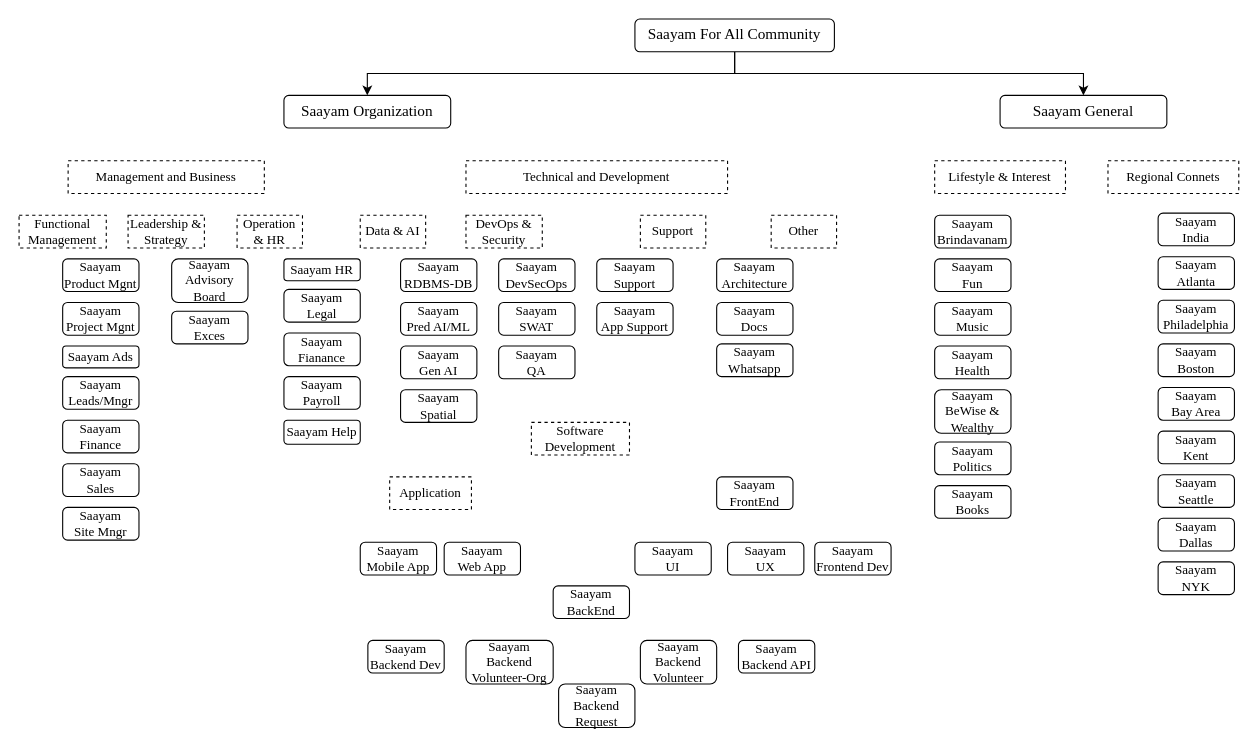
The draw.io diagram Saayam.drawio in PallaviChitrada10/PallaviChitrada, before the edit. Source tidied: cells renumbered, new cells numbered last; positions are measured from the earlier drawing's top-left corner, leaving out a move shared by most shapes. Both pictures are drawn from the tidied source at 109%, with x=0, y=0 at pixel (19, 19).
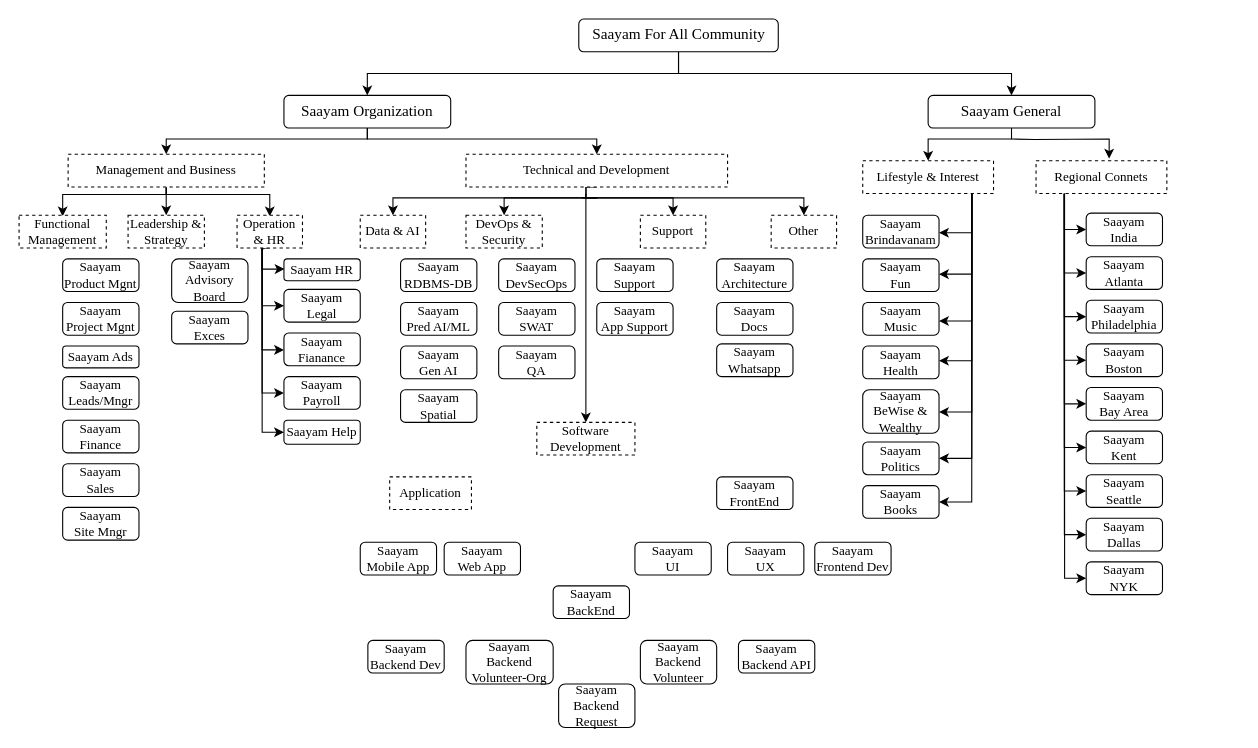
After the change.

Unchanged cells that the change refers to:
```xml
<mxCell id="2" value="&lt;font&gt;Saayam Organization&lt;/font&gt;" style="rounded=1;whiteSpace=wrap;html=1;fontFamily=Times New Roman;fontSize=14;labelBackgroundColor=none;" parent="1" vertex="1">
  <mxGeometry x="243" y="70" width="153" height="30" as="geometry" />
</mxCell>
<mxCell id="5" value="Leadership &amp;amp; Strategy" style="text;html=1;align=center;verticalAlign=middle;whiteSpace=wrap;rounded=0;fontFamily=Times New Roman;labelBackgroundColor=none;fillColor=default;strokeColor=default;dashed=1;" parent="1" vertex="1">
  <mxGeometry x="100" y="180" width="70" height="30" as="geometry" />
</mxCell>
<mxCell id="6" value="Operation &amp;amp; HR" style="text;html=1;align=center;verticalAlign=middle;whiteSpace=wrap;rounded=0;fontFamily=Times New Roman;labelBackgroundColor=none;fillColor=default;strokeColor=default;dashed=1;" parent="1" vertex="1">
  <mxGeometry x="200" y="180" width="60" height="30" as="geometry" />
</mxCell>
<mxCell id="18" value="Saayam&lt;br&gt;Legal" style="rounded=1;whiteSpace=wrap;html=1;fontFamily=Times New Roman;labelBackgroundColor=none;" parent="1" vertex="1">
  <mxGeometry x="243" y="248" width="70" height="30" as="geometry" />
</mxCell>
<mxCell id="20" value="Saayam&lt;br&gt;Payroll" style="rounded=1;whiteSpace=wrap;html=1;fontFamily=Times New Roman;labelBackgroundColor=none;" parent="1" vertex="1">
  <mxGeometry x="243" y="328" width="70" height="30" as="geometry" />
</mxCell>
<mxCell id="21" value="Saayam Help" style="rounded=1;whiteSpace=wrap;html=1;fontFamily=Times New Roman;labelBackgroundColor=none;" parent="1" vertex="1">
  <mxGeometry x="243" y="368" width="70" height="22" as="geometry" />
</mxCell>
<mxCell id="29" value="Data &amp;amp; AI" style="text;html=1;align=center;verticalAlign=middle;whiteSpace=wrap;rounded=0;fontFamily=Times New Roman;labelBackgroundColor=none;fillColor=default;strokeColor=default;dashed=1;" parent="1" vertex="1">
  <mxGeometry x="313" y="180" width="60" height="30" as="geometry" />
</mxCell>
```

The edit, as a diff of the source:
```diff
@@
+    <mxCell id="74" style="edgeStyle=orthogonalEdgeStyle;rounded=0;jettySize=auto;html=1;exitX=0.5;exitY=1;exitDx=0;exitDy=0;" parent="1" edge="1" source="2" target="3">
+      <mxGeometry relative="1" as="geometry">
+        <Array as="points">
+          <mxPoint x="319" y="110" />
+          <mxPoint x="135" y="110" />
+        </Array>
+      </mxGeometry>
+    </mxCell>
+    <mxCell id="75" style="edgeStyle=orthogonalEdgeStyle;rounded=0;jettySize=auto;html=1;exitX=0.5;exitY=1;exitDx=0;exitDy=0;entryX=0.5;entryY=0;entryDx=0;entryDy=0;" parent="1" edge="1" source="2" target="4">
+      <mxGeometry relative="1" as="geometry">
+        <Array as="points">
+          <mxPoint x="319" y="110" />
+          <mxPoint x="530" y="110" />
+        </Array>
+      </mxGeometry>
+    </mxCell>
@@
+    <mxCell id="76" style="edgeStyle=orthogonalEdgeStyle;rounded=0;jettySize=auto;html=1;exitX=0.5;exitY=1;exitDx=0;exitDy=0;entryX=0.5;entryY=0;entryDx=0;entryDy=0;" parent="1" edge="1" source="3" target="5">
+      <mxGeometry relative="1" as="geometry" />
+    </mxCell>
+    <mxCell id="77" style="edgeStyle=orthogonalEdgeStyle;rounded=0;orthogonalLoop=1;jettySize=auto;html=1;exitX=0.5;exitY=1;exitDx=0;exitDy=0;" parent="1" edge="1">
+      <mxGeometry relative="1" as="geometry">
+        <mxPoint x="135" y="155" as="sourcePoint" />
+        <mxPoint x="40" y="181" as="targetPoint" />
+        <Array as="points">
+          <mxPoint x="135" y="161" />
+          <mxPoint x="40" y="161" />
+        </Array>
+      </mxGeometry>
+    </mxCell>
+    <mxCell id="78" style="edgeStyle=orthogonalEdgeStyle;rounded=0;orthogonalLoop=1;jettySize=auto;html=1;exitX=0.5;exitY=1;exitDx=0;exitDy=0;entryX=0.5;entryY=0;entryDx=0;entryDy=0;" parent="1" edge="1">
+      <mxGeometry relative="1" as="geometry">
+        <mxPoint x="135" y="155" as="sourcePoint" />
+        <mxPoint x="230" y="181" as="targetPoint" />
+        <Array as="points">
+          <mxPoint x="135" y="161" />
+          <mxPoint x="230" y="161" />
+        </Array>
+      </mxGeometry>
+    </mxCell>
     <mxCell id="3" value="Management and Business" style="text;html=1;align=center;verticalAlign=middle;whiteSpace=wrap;rounded=0;fontFamily=Times New Roman;labelBackgroundColor=none;fillColor=default;strokeColor=default;dashed=1;" parent="1" vertex="1">
-      <mxGeometry x="45" y="130" width="180" height="30" as="geometry" />
+      <mxGeometry x="45" y="124" width="180" height="30" as="geometry" />
     </mxCell>
+    <mxCell id="79" style="edgeStyle=orthogonalEdgeStyle;rounded=0;jettySize=auto;html=1;exitX=0.5;exitY=1;exitDx=0;exitDy=0;entryX=0.5;entryY=0;entryDx=0;entryDy=0;" parent="1" edge="1" target="29">
+      <mxGeometry relative="1" as="geometry">
+        <mxPoint x="530" y="164" as="sourcePoint" />
+        <Array as="points">
+          <mxPoint x="343" y="164" />
+        </Array>
+      </mxGeometry>
+    </mxCell>
+    <mxCell id="80" style="edgeStyle=orthogonalEdgeStyle;rounded=0;orthogonalLoop=1;jettySize=auto;html=1;" parent="1" edge="1">
+      <mxGeometry relative="1" as="geometry">
+        <mxPoint x="497.8" y="164" as="sourcePoint" />
+        <mxPoint x="445" y="180" as="targetPoint" />
+        <Array as="points">
+          <mxPoint x="530.8" y="164" />
+          <mxPoint x="444.8" y="164" />
+        </Array>
+      </mxGeometry>
+    </mxCell>
+    <mxCell id="81" style="edgeStyle=orthogonalEdgeStyle;rounded=0;jettySize=auto;html=1;exitX=0.5;exitY=1;exitDx=0;exitDy=0;entryX=0.5;entryY=0;entryDx=0;entryDy=0;" parent="1" edge="1" source="4" target="41">
+      <mxGeometry relative="1" as="geometry">
+        <Array as="points">
+          <mxPoint x="520" y="154" />
+        </Array>
+      </mxGeometry>
+    </mxCell>
     <mxCell id="4" value="Technical and Development" style="text;html=1;align=center;verticalAlign=middle;whiteSpace=wrap;rounded=0;fontFamily=Times New Roman;labelBackgroundColor=none;fillColor=default;strokeColor=default;dashed=1;" parent="1" vertex="1">
-      <mxGeometry x="410" y="130" width="240" height="30" as="geometry" />
+      <mxGeometry x="410" y="124" width="240" height="30" as="geometry" />
     </mxCell>
@@
+    <mxCell id="82" style="edgeStyle=orthogonalEdgeStyle;rounded=0;jettySize=auto;html=1;exitX=0.5;exitY=1;exitDx=0;exitDy=0;entryX=0;entryY=0.5;entryDx=0;entryDy=0;" parent="1" edge="1" source="6" target="21">
+      <mxGeometry relative="1" as="geometry">
+        <Array as="points">
+          <mxPoint x="223" y="210" />
+          <mxPoint x="223" y="379" />
+        </Array>
+      </mxGeometry>
+    </mxCell>
+    <mxCell id="83" style="edgeStyle=orthogonalEdgeStyle;rounded=0;jettySize=auto;html=1;entryX=0;entryY=0.5;entryDx=0;entryDy=0;" parent="1" edge="1" source="6" target="20">
+      <mxGeometry relative="1" as="geometry">
+        <Array as="points">
+          <mxPoint x="223" y="343" />
+        </Array>
+      </mxGeometry>
+    </mxCell>
+    <mxCell id="84" style="edgeStyle=orthogonalEdgeStyle;rounded=0;jettySize=auto;html=1;entryX=0;entryY=0.75;entryDx=0;entryDy=0;exitX=0.401;exitY=1.043;exitDx=0;exitDy=0;exitPerimeter=0;" parent="1" edge="1" source="6">
+      <mxGeometry relative="1" as="geometry">
+        <mxPoint x="243" y="303.5" as="targetPoint" />
+        <Array as="points">
+          <mxPoint x="223" y="211" />
+          <mxPoint x="223" y="304" />
+        </Array>
+      </mxGeometry>
+    </mxCell>
+    <mxCell id="85" style="edgeStyle=orthogonalEdgeStyle;rounded=0;jettySize=auto;html=1;entryX=0;entryY=0.5;entryDx=0;entryDy=0;" parent="1" edge="1" target="18">
+      <mxGeometry relative="1" as="geometry">
+        <mxPoint x="226" y="210" as="sourcePoint" />
+        <Array as="points">
+          <mxPoint x="223" y="210" />
+          <mxPoint x="223" y="263" />
+        </Array>
+      </mxGeometry>
+    </mxCell>
@@
     <mxCell id="24" value="&lt;font&gt;Saayam For All Community&lt;/font&gt;" style="rounded=1;whiteSpace=wrap;html=1;fontFamily=Times New Roman;fontSize=14;labelBackgroundColor=none;" parent="1" vertex="1">
-      <mxGeometry x="565" width="183" height="30" as="geometry" />
+      <mxGeometry x="513.5" width="183" height="30" as="geometry" />
     </mxCell>
+    <mxCell id="86" style="edgeStyle=orthogonalEdgeStyle;rounded=0;jettySize=auto;html=1;exitX=0.5;exitY=1;exitDx=0;exitDy=0;entryX=0.5;entryY=0;entryDx=0;entryDy=0;" parent="1" edge="1" source="25" target="55">
+      <mxGeometry relative="1" as="geometry">
+        <Array as="points">
+          <mxPoint x="911" y="110" />
+          <mxPoint x="834" y="110" />
+        </Array>
+      </mxGeometry>
+    </mxCell>
     <mxCell id="25" value="&lt;font&gt;Saayam General&lt;/font&gt;" style="rounded=1;whiteSpace=wrap;html=1;fontFamily=Times New Roman;fontSize=14;labelBackgroundColor=none;" parent="1" vertex="1">
-      <mxGeometry x="900" y="70" width="153" height="30" as="geometry" />
+      <mxGeometry x="834" y="70" width="153" height="30" as="geometry" />
     </mxCell>
@@
     <mxCell id="41" value="Software Development" style="text;html=1;align=center;verticalAlign=middle;whiteSpace=wrap;rounded=0;fontFamily=Times New Roman;labelBackgroundColor=none;fillColor=default;strokeColor=default;dashed=1;" parent="1" vertex="1">
-      <mxGeometry x="470" y="370" width="90" height="30" as="geometry" />
+      <mxGeometry x="475" y="370" width="90" height="30" as="geometry" />
     </mxCell>
@@
+    <mxCell id="87" style="edgeStyle=elbowEdgeStyle;rounded=0;jettySize=auto;html=1;exitX=0.836;exitY=0.999;exitDx=0;exitDy=0;entryX=1;entryY=0.5;entryDx=0;entryDy=0;exitPerimeter=0;" parent="1" edge="1" source="55" target="63">
+      <mxGeometry relative="1" as="geometry">
+        <Array as="points">
+          <mxPoint x="874" y="300" />
+        </Array>
+      </mxGeometry>
+    </mxCell>
+    <mxCell id="88" style="edgeStyle=elbowEdgeStyle;rounded=0;jettySize=auto;html=1;entryX=1;entryY=0.5;entryDx=0;entryDy=0;" parent="1" edge="1" target="62">
+      <mxGeometry relative="1" as="geometry">
+        <mxPoint x="874" y="162" as="sourcePoint" />
+        <Array as="points">
+          <mxPoint x="874" y="280" />
+        </Array>
+      </mxGeometry>
+    </mxCell>
     <mxCell id="55" value="Lifestyle &amp;amp; Interest" style="text;html=1;align=center;verticalAlign=middle;whiteSpace=wrap;rounded=0;fontFamily=Times New Roman;labelBackgroundColor=none;fillColor=default;strokeColor=default;dashed=1;" parent="1" vertex="1">
-      <mxGeometry x="840" y="130" width="120" height="30" as="geometry" />
+      <mxGeometry x="774" y="130" width="120" height="30" as="geometry" />
     </mxCell>
+    <mxCell id="89" style="edgeStyle=orthogonalEdgeStyle;rounded=0;jettySize=auto;html=1;exitX=0.218;exitY=0.997;exitDx=0;exitDy=0;entryX=0;entryY=0.5;entryDx=0;entryDy=0;exitPerimeter=0;" parent="1" edge="1" source="56" target="72">
+      <mxGeometry relative="1" as="geometry">
+        <Array as="points">
+          <mxPoint x="959" y="513" />
+        </Array>
+      </mxGeometry>
+    </mxCell>
+    <mxCell id="90" style="edgeStyle=orthogonalEdgeStyle;rounded=0;jettySize=auto;html=1;entryX=0;entryY=0.5;entryDx=0;entryDy=0;" parent="1" edge="1" source="56" target="64">
+      <mxGeometry relative="1" as="geometry">
+        <Array as="points">
+          <mxPoint x="959" y="193" />
+        </Array>
+      </mxGeometry>
+    </mxCell>
+    <mxCell id="91" style="edgeStyle=orthogonalEdgeStyle;rounded=0;jettySize=auto;html=1;entryX=0;entryY=0.5;entryDx=0;entryDy=0;" parent="1" edge="1" source="56" target="65">
+      <mxGeometry relative="1" as="geometry">
+        <Array as="points">
+          <mxPoint x="959" y="233" />
+        </Array>
+      </mxGeometry>
+    </mxCell>
+    <mxCell id="92" style="edgeStyle=orthogonalEdgeStyle;rounded=0;jettySize=auto;html=1;entryX=0;entryY=0.5;entryDx=0;entryDy=0;" parent="1" edge="1" source="56" target="67">
+      <mxGeometry relative="1" as="geometry">
+        <Array as="points">
+          <mxPoint x="959" y="313" />
+        </Array>
+      </mxGeometry>
+    </mxCell>
+    <mxCell id="93" style="edgeStyle=orthogonalEdgeStyle;rounded=0;jettySize=auto;html=1;entryX=0;entryY=0.5;entryDx=0;entryDy=0;" parent="1" edge="1" source="56" target="68">
+      <mxGeometry relative="1" as="geometry">
+        <Array as="points">
+          <mxPoint x="959" y="353" />
+        </Array>
+      </mxGeometry>
+    </mxCell>
+    <mxCell id="94" style="edgeStyle=orthogonalEdgeStyle;rounded=0;jettySize=auto;html=1;entryX=0;entryY=0.5;entryDx=0;entryDy=0;" parent="1" edge="1" source="56" target="69">
+      <mxGeometry relative="1" as="geometry">
+        <Array as="points">
+          <mxPoint x="959" y="393" />
+        </Array>
+      </mxGeometry>
+    </mxCell>
+    <mxCell id="95" style="edgeStyle=orthogonalEdgeStyle;rounded=0;jettySize=auto;html=1;entryX=0;entryY=0.5;entryDx=0;entryDy=0;" parent="1" edge="1" source="56" target="71">
+      <mxGeometry relative="1" as="geometry">
+        <Array as="points">
+          <mxPoint x="959" y="473" />
+        </Array>
+      </mxGeometry>
+    </mxCell>
+    <mxCell id="96" style="edgeStyle=orthogonalEdgeStyle;rounded=0;jettySize=auto;html=1;entryX=0;entryY=0.5;entryDx=0;entryDy=0;" parent="1" edge="1" source="56" target="70">
+      <mxGeometry relative="1" as="geometry">
+        <Array as="points">
+          <mxPoint x="959" y="433" />
+        </Array>
+      </mxGeometry>
+    </mxCell>
     <mxCell id="56" value="Regional Connets" style="text;html=1;align=center;verticalAlign=middle;whiteSpace=wrap;rounded=0;fontFamily=Times New Roman;labelBackgroundColor=none;fillColor=default;strokeColor=default;dashed=1;" parent="1" vertex="1">
-      <mxGeometry x="999" y="130" width="120" height="30" as="geometry" />
+      <mxGeometry x="933" y="130" width="120" height="30" as="geometry" />
     </mxCell>
     <mxCell id="57" value="Saayam&lt;br&gt;Brindavanam" style="rounded=1;whiteSpace=wrap;html=1;fontFamily=Times New Roman;labelBackgroundColor=none;" parent="1" vertex="1">
-      <mxGeometry x="840" y="180" width="70" height="30" as="geometry" />
+      <mxGeometry x="774" y="180" width="70" height="30" as="geometry" />
     </mxCell>
     <mxCell id="58" value="Saayam&lt;br&gt;Fun" style="rounded=1;whiteSpace=wrap;html=1;fontFamily=Times New Roman;labelBackgroundColor=none;" parent="1" vertex="1">
-      <mxGeometry x="840" y="220" width="70" height="30" as="geometry" />
+      <mxGeometry x="774" y="220" width="70" height="30" as="geometry" />
     </mxCell>
     <mxCell id="59" value="Saayam&lt;br&gt;Music" style="rounded=1;whiteSpace=wrap;html=1;fontFamily=Times New Roman;labelBackgroundColor=none;" parent="1" vertex="1">
-      <mxGeometry x="840" y="260" width="70" height="30" as="geometry" />
+      <mxGeometry x="774" y="260" width="70" height="30" as="geometry" />
     </mxCell>
     <mxCell id="60" value="Saayam&lt;br&gt;Health" style="rounded=1;whiteSpace=wrap;html=1;fontFamily=Times New Roman;labelBackgroundColor=none;" parent="1" vertex="1">
-      <mxGeometry x="840" y="300" width="70" height="30" as="geometry" />
+      <mxGeometry x="774" y="300" width="70" height="30" as="geometry" />
     </mxCell>
     <mxCell id="61" value="Saayam&lt;br&gt;BeWise &amp;amp; Wealthy" style="rounded=1;whiteSpace=wrap;html=1;fontFamily=Times New Roman;labelBackgroundColor=none;" parent="1" vertex="1">
-      <mxGeometry x="840" y="340" width="70" height="40" as="geometry" />
+      <mxGeometry x="774" y="340" width="70" height="40" as="geometry" />
     </mxCell>
     <mxCell id="62" value="Saayam&lt;br&gt;Politics" style="rounded=1;whiteSpace=wrap;html=1;fontFamily=Times New Roman;labelBackgroundColor=none;" parent="1" vertex="1">
-      <mxGeometry x="840" y="388" width="70" height="30" as="geometry" />
+      <mxGeometry x="774" y="388" width="70" height="30" as="geometry" />
     </mxCell>
     <mxCell id="63" value="Saayam&lt;br&gt;Books" style="rounded=1;whiteSpace=wrap;html=1;fontFamily=Times New Roman;labelBackgroundColor=none;" parent="1" vertex="1">
-      <mxGeometry x="840" y="428" width="70" height="30" as="geometry" />
+      <mxGeometry x="774" y="428" width="70" height="30" as="geometry" />
     </mxCell>
     <mxCell id="64" value="Saayam&lt;br&gt;India" style="rounded=1;whiteSpace=wrap;html=1;fontFamily=Times New Roman;labelBackgroundColor=none;" parent="1" vertex="1">
-      <mxGeometry x="1045" y="178" width="70" height="30" as="geometry" />
+      <mxGeometry x="979" y="178" width="70" height="30" as="geometry" />
     </mxCell>
     <mxCell id="65" value="Saayam&lt;br&gt;Atlanta" style="rounded=1;whiteSpace=wrap;html=1;fontFamily=Times New Roman;labelBackgroundColor=none;" parent="1" vertex="1">
-      <mxGeometry x="1045" y="218" width="70" height="30" as="geometry" />
+      <mxGeometry x="979" y="218" width="70" height="30" as="geometry" />
     </mxCell>
     <mxCell id="66" value="Saayam&lt;br&gt;Philadelphia" style="rounded=1;whiteSpace=wrap;html=1;fontFamily=Times New Roman;labelBackgroundColor=none;" parent="1" vertex="1">
-      <mxGeometry x="1045" y="258" width="70" height="30" as="geometry" />
+      <mxGeometry x="979" y="258" width="70" height="30" as="geometry" />
     </mxCell>
     <mxCell id="67" value="Saayam&lt;br&gt;Boston" style="rounded=1;whiteSpace=wrap;html=1;fontFamily=Times New Roman;labelBackgroundColor=none;" parent="1" vertex="1">
-      <mxGeometry x="1045" y="298" width="70" height="30" as="geometry" />
+      <mxGeometry x="979" y="298" width="70" height="30" as="geometry" />
     </mxCell>
     <mxCell id="68" value="Saayam&lt;br&gt;Bay Area" style="rounded=1;whiteSpace=wrap;html=1;fontFamily=Times New Roman;labelBackgroundColor=none;" parent="1" vertex="1">
-      <mxGeometry x="1045" y="338" width="70" height="30" as="geometry" />
+      <mxGeometry x="979" y="338" width="70" height="30" as="geometry" />
     </mxCell>
     <mxCell id="69" value="Saayam&lt;br&gt;Kent" style="rounded=1;whiteSpace=wrap;html=1;fontFamily=Times New Roman;labelBackgroundColor=none;" parent="1" vertex="1">
-      <mxGeometry x="1045" y="378" width="70" height="30" as="geometry" />
+      <mxGeometry x="979" y="378" width="70" height="30" as="geometry" />
     </mxCell>
     <mxCell id="70" value="Saayam&lt;br&gt;Seattle" style="rounded=1;whiteSpace=wrap;html=1;fontFamily=Times New Roman;labelBackgroundColor=none;" parent="1" vertex="1">
-      <mxGeometry x="1045" y="418" width="70" height="30" as="geometry" />
+      <mxGeometry x="979" y="418" width="70" height="30" as="geometry" />
     </mxCell>
     <mxCell id="71" value="Saayam&lt;br&gt;Dallas" style="rounded=1;whiteSpace=wrap;html=1;fontFamily=Times New Roman;labelBackgroundColor=none;" parent="1" vertex="1">
-      <mxGeometry x="1045" y="458" width="70" height="30" as="geometry" />
+      <mxGeometry x="979" y="458" width="70" height="30" as="geometry" />
     </mxCell>
     <mxCell id="72" value="Saayam&lt;br&gt;NYK" style="rounded=1;whiteSpace=wrap;html=1;fontFamily=Times New Roman;labelBackgroundColor=none;" parent="1" vertex="1">
-      <mxGeometry x="1045" y="498" width="70" height="30" as="geometry" />
+      <mxGeometry x="979" y="498" width="70" height="30" as="geometry" />
     </mxCell>
@@
+    <mxCell id="97" style="edgeStyle=orthogonalEdgeStyle;rounded=0;jettySize=auto;html=1;exitX=0.459;exitY=1.008;exitDx=0;exitDy=0;exitPerimeter=0;" parent="1" edge="1" source="4">
+      <mxGeometry relative="1" as="geometry">
+        <mxPoint x="600" y="180" as="targetPoint" />
+        <Array as="points">
+          <mxPoint x="520" y="160" />
+          <mxPoint x="520" y="160" />
+          <mxPoint x="520" y="164" />
+          <mxPoint x="600" y="164" />
+        </Array>
+      </mxGeometry>
+    </mxCell>
+    <mxCell id="98" style="edgeStyle=orthogonalEdgeStyle;rounded=0;orthogonalLoop=1;jettySize=auto;html=1;" parent="1" edge="1">
+      <mxGeometry relative="1" as="geometry">
+        <mxPoint x="520" y="160" as="sourcePoint" />
+        <mxPoint x="720" y="180" as="targetPoint" />
+        <Array as="points">
+          <mxPoint x="516" y="164" />
+          <mxPoint x="720" y="164" />
+          <mxPoint x="720" y="180" />
+        </Array>
+      </mxGeometry>
+    </mxCell>
+    <mxCell id="99" style="edgeStyle=orthogonalEdgeStyle;rounded=0;jettySize=auto;html=1;exitX=0.5;exitY=1;exitDx=0;exitDy=0;entryX=0.559;entryY=-0.066;entryDx=0;entryDy=0;entryPerimeter=0;" parent="1" edge="1" target="56">
+      <mxGeometry relative="1" as="geometry">
+        <mxPoint x="910.5" y="110" as="sourcePoint" />
+      </mxGeometry>
+    </mxCell>
+    <mxCell id="100" style="edgeStyle=elbowEdgeStyle;rounded=0;orthogonalLoop=1;jettySize=auto;html=1;entryX=1;entryY=0.5;entryDx=0;entryDy=0;" parent="1" edge="1">
+      <mxGeometry relative="1" as="geometry">
+        <mxPoint x="874" y="160" as="sourcePoint" />
+        <mxPoint x="844" y="360.5" as="targetPoint" />
+        <Array as="points">
+          <mxPoint x="874" y="307.5" />
+        </Array>
+      </mxGeometry>
+    </mxCell>
+    <mxCell id="101" style="edgeStyle=elbowEdgeStyle;rounded=0;orthogonalLoop=1;jettySize=auto;html=1;entryX=1;entryY=0.5;entryDx=0;entryDy=0;" parent="1" edge="1">
+      <mxGeometry relative="1" as="geometry">
+        <mxPoint x="874" y="160" as="sourcePoint" />
+        <mxPoint x="844" y="313.5" as="targetPoint" />
+        <Array as="points">
+          <mxPoint x="874" y="190.5" />
+        </Array>
+      </mxGeometry>
+    </mxCell>
+    <mxCell id="102" style="edgeStyle=elbowEdgeStyle;rounded=0;orthogonalLoop=1;jettySize=auto;html=1;entryX=1;entryY=0.5;entryDx=0;entryDy=0;" parent="1" edge="1">
+      <mxGeometry relative="1" as="geometry">
+        <mxPoint x="874" y="160" as="sourcePoint" />
+        <mxPoint x="844" y="277" as="targetPoint" />
+        <Array as="points">
+          <mxPoint x="874" y="154" />
+        </Array>
+      </mxGeometry>
+    </mxCell>
+    <mxCell id="103" style="edgeStyle=elbowEdgeStyle;rounded=0;orthogonalLoop=1;jettySize=auto;html=1;entryX=1;entryY=0.5;entryDx=0;entryDy=0;" parent="1" edge="1">
+      <mxGeometry relative="1" as="geometry">
+        <mxPoint x="874" y="160" as="sourcePoint" />
+        <mxPoint x="844" y="234" as="targetPoint" />
+        <Array as="points">
+          <mxPoint x="874" y="111" />
+        </Array>
+      </mxGeometry>
+    </mxCell>
+    <mxCell id="104" style="edgeStyle=elbowEdgeStyle;rounded=0;orthogonalLoop=1;jettySize=auto;html=1;entryX=1;entryY=0.5;entryDx=0;entryDy=0;" parent="1" edge="1">
+      <mxGeometry relative="1" as="geometry">
+        <mxPoint x="874" y="160" as="sourcePoint" />
+        <mxPoint x="844" y="196" as="targetPoint" />
+        <Array as="points">
+          <mxPoint x="874" y="73" />
+        </Array>
+      </mxGeometry>
+    </mxCell>
+    <mxCell id="105" style="edgeStyle=orthogonalEdgeStyle;rounded=0;orthogonalLoop=1;jettySize=auto;html=1;entryX=-0.035;entryY=0.469;entryDx=0;entryDy=0;entryPerimeter=0;" parent="1" edge="1">
+      <mxGeometry relative="1" as="geometry">
+        <mxPoint x="223" y="210" as="sourcePoint" />
+        <mxPoint x="243.5" y="229.4" as="targetPoint" />
+        <Array as="points">
+          <mxPoint x="223" y="230" />
+          <mxPoint x="244" y="230" />
+        </Array>
+      </mxGeometry>
+    </mxCell>
+    <mxCell id="106" style="edgeStyle=orthogonalEdgeStyle;rounded=0;jettySize=auto;html=1;entryX=0;entryY=0.5;entryDx=0;entryDy=0;" parent="1" edge="1" source="56" target="66">
+      <mxGeometry relative="1" as="geometry">
+        <Array as="points">
+          <mxPoint x="959" y="273" />
+        </Array>
+      </mxGeometry>
+    </mxCell>
```
